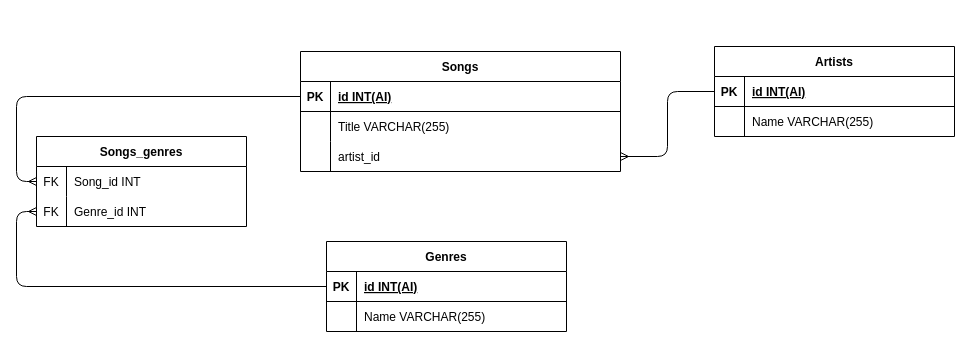
The draw.io diagram л.р 0.drawio in MakuninIII/BD_lab0, before the edit. Source tidied: cells renumbered, new cells numbered last; positions are measured from the earlier drawing's top-left corner, leaving out a move shared by most shapes. Both pictures are drawn from the tidied source at 100%, with x=0, y=0 at pixel (36, 46).
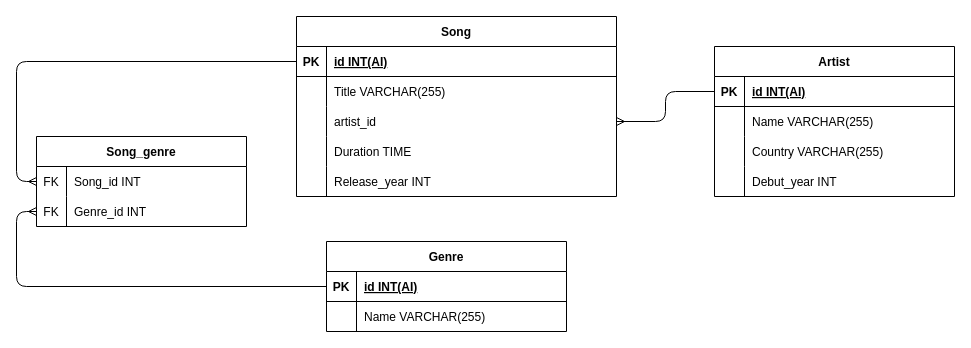
Above is the later version.

Change to the diagram source:
```diff
@@
-    <mxCell id="2" value="Genres" style="shape=table;startSize=30;childLayout=tableLayout;rowLines=0;fontStyle=1;align=center;" parent="1" vertex="1">
+    <mxCell id="2" value="Genre" style="shape=table;startSize=30;childLayout=tableLayout;rowLines=0;fontStyle=1;align=center;" parent="1" vertex="1">
       <mxGeometry x="290" y="195" width="240" height="90" as="geometry" />
     </mxCell>
@@
-    <mxCell id="9" value="Songs" style="shape=table;startSize=30;childLayout=tableLayout;rowLines=0;fontStyle=1;align=center;" parent="1" vertex="1">
-      <mxGeometry x="264" y="5" width="320" height="120" as="geometry" />
+    <mxCell id="9" value="Song" style="shape=table;startSize=30;childLayout=tableLayout;rowLines=0;fontStyle=1;align=center;" parent="1" vertex="1">
+      <mxGeometry x="260" y="-30" width="320" height="180" as="geometry" />
     </mxCell>
@@
+    <mxCell id="36" style="shape=tableRow;horizontal=0;startSize=0;swimlaneHead=0;swimlaneBody=0;fillColor=none;strokeColor=inherit;top=0;left=0;right=0;bottom=0;" parent="9" vertex="1">
+      <mxGeometry y="120" width="320" height="30" as="geometry" />
+    </mxCell>
+    <mxCell id="37" style="shape=partialRectangle;overflow=hidden;fillColor=none;strokeColor=inherit;top=0;left=0;bottom=0;right=0;" parent="36" vertex="1">
+      <mxGeometry width="30" height="30" as="geometry" />
+    </mxCell>
+    <mxCell id="38" value="Duration TIME" style="shape=partialRectangle;overflow=hidden;fillColor=none;align=left;strokeColor=inherit;top=0;left=0;bottom=0;right=0;spacingLeft=6;" parent="36" vertex="1">
+      <mxGeometry x="30" width="290" height="30" as="geometry" />
+    </mxCell>
+    <mxCell id="39" style="shape=tableRow;horizontal=0;startSize=0;swimlaneHead=0;swimlaneBody=0;fillColor=none;strokeColor=inherit;top=0;left=0;right=0;bottom=0;" parent="9" vertex="1">
+      <mxGeometry y="150" width="320" height="30" as="geometry" />
+    </mxCell>
+    <mxCell id="40" style="shape=partialRectangle;overflow=hidden;fillColor=none;strokeColor=inherit;top=0;left=0;bottom=0;right=0;" parent="39" vertex="1">
+      <mxGeometry width="30" height="30" as="geometry" />
+    </mxCell>
+    <mxCell id="41" value="Release_year INT" style="shape=partialRectangle;overflow=hidden;fillColor=none;align=left;strokeColor=inherit;top=0;left=0;bottom=0;right=0;spacingLeft=6;" parent="39" vertex="1">
+      <mxGeometry x="30" width="290" height="30" as="geometry" />
+    </mxCell>
-    <mxCell id="19" value="Artists" style="shape=table;startSize=30;childLayout=tableLayout;rowLines=0;fontStyle=1;align=center;" parent="1" vertex="1">
-      <mxGeometry x="678" width="240" height="90" as="geometry" />
+    <mxCell id="19" value="Artist" style="shape=table;startSize=30;childLayout=tableLayout;rowLines=0;fontStyle=1;align=center;" parent="1" vertex="1">
+      <mxGeometry x="678" width="240" height="150" as="geometry" />
     </mxCell>
@@
+    <mxCell id="42" style="shape=tableRow;horizontal=0;startSize=0;swimlaneHead=0;swimlaneBody=0;fillColor=none;strokeColor=inherit;top=0;left=0;right=0;bottom=0;" parent="19" vertex="1">
+      <mxGeometry y="90" width="240" height="30" as="geometry" />
+    </mxCell>
+    <mxCell id="43" style="shape=partialRectangle;overflow=hidden;fillColor=none;strokeColor=inherit;top=0;left=0;bottom=0;right=0;" parent="42" vertex="1">
+      <mxGeometry width="30" height="30" as="geometry" />
+    </mxCell>
+    <mxCell id="44" value="Country VARCHAR(255)" style="shape=partialRectangle;overflow=hidden;fillColor=none;align=left;strokeColor=inherit;top=0;left=0;bottom=0;right=0;spacingLeft=6;" parent="42" vertex="1">
+      <mxGeometry x="30" width="210" height="30" as="geometry" />
+    </mxCell>
+    <mxCell id="45" style="shape=tableRow;horizontal=0;startSize=0;swimlaneHead=0;swimlaneBody=0;fillColor=none;strokeColor=inherit;top=0;left=0;right=0;bottom=0;" parent="19" vertex="1">
+      <mxGeometry y="120" width="240" height="30" as="geometry" />
+    </mxCell>
+    <mxCell id="46" style="shape=partialRectangle;overflow=hidden;fillColor=none;strokeColor=inherit;top=0;left=0;bottom=0;right=0;" parent="45" vertex="1">
+      <mxGeometry width="30" height="30" as="geometry" />
+    </mxCell>
+    <mxCell id="47" value="Debut_year INT" style="shape=partialRectangle;overflow=hidden;fillColor=none;align=left;strokeColor=inherit;top=0;left=0;bottom=0;right=0;spacingLeft=6;" parent="45" vertex="1">
+      <mxGeometry x="30" width="210" height="30" as="geometry" />
+    </mxCell>
@@
-    <mxCell id="27" value="Songs_genres" style="shape=table;startSize=30;childLayout=tableLayout;rowLines=0;fontStyle=1;align=center;" parent="1" vertex="1">
+    <mxCell id="27" value="Song_genre" style="shape=table;startSize=30;childLayout=tableLayout;rowLines=0;fontStyle=1;align=center;" parent="1" vertex="1">
       <mxGeometry y="90" width="210" height="90" as="geometry" />
     </mxCell>
```
